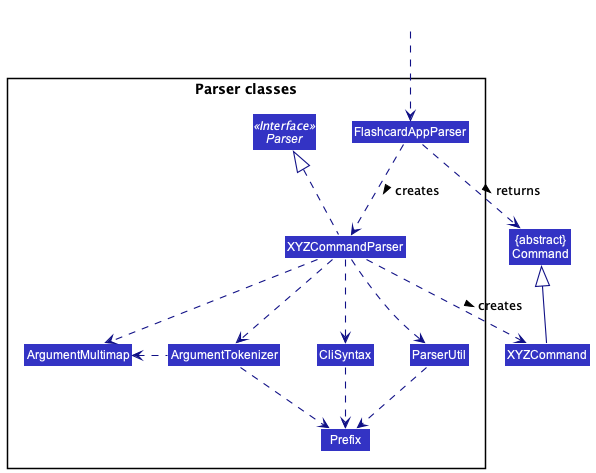
Earlier version of the PlantUML export docs/images/ParserClasses.png (sharmainec/tp). Its diagram source:
```plantuml
@startuml
!include style.puml
skinparam arrowThickness 1.1
skinparam arrowColor LOGIC_COLOR_T4
skinparam classBackgroundColor LOGIC_COLOR

Class "{abstract}\nCommand" as Command
Class XYZCommand

package "Parser classes"{
Interface Parser <<Interface>>
Class FlashcardAppParser
Class XYZCommandParser
Class CliSyntax
Class ParserUtil
Class ArgumentMultimap
Class ArgumentTokenizer
Class Prefix
}

Class HiddenOutside #FFFFFF
HiddenOutside ..> FlashcardAppParser

FlashcardAppParser .down.> XYZCommandParser: creates >

XYZCommandParser ..> XYZCommand : creates >
FlashcardAppParser ..> Command : returns >
XYZCommandParser .up.|> Parser
XYZCommandParser ..> ArgumentMultimap
XYZCommandParser ..> ArgumentTokenizer
ArgumentTokenizer .left.> ArgumentMultimap
XYZCommandParser ..> CliSyntax
CliSyntax ..> Prefix
XYZCommandParser ..> ParserUtil
ParserUtil .down.> Prefix
ArgumentTokenizer .down.> Prefix
XYZCommand -up-|> Command
@enduml
```
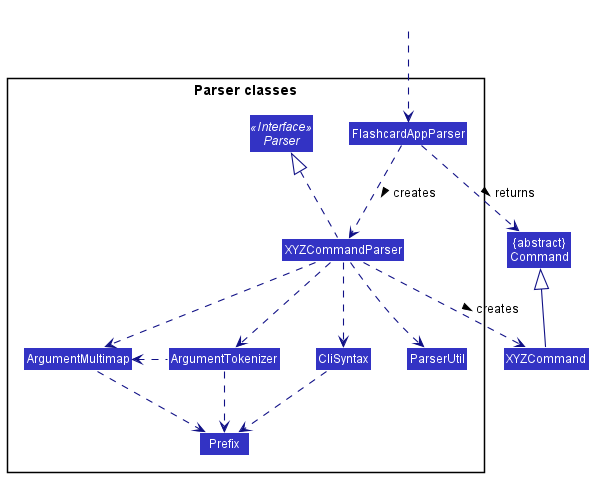
Later version of the same file.

Commit message:
Update Parser Classes diagram

Change to the diagram source:
```diff
@@ -27,12 +27,12 @@
 FlashcardAppParser ..> Command : returns >
 XYZCommandParser .up.|> Parser
 XYZCommandParser ..> ArgumentMultimap
+ArgumentMultimap ..> Prefix
 XYZCommandParser ..> ArgumentTokenizer
 ArgumentTokenizer .left.> ArgumentMultimap
 XYZCommandParser ..> CliSyntax
 CliSyntax ..> Prefix
 XYZCommandParser ..> ParserUtil
-ParserUtil .down.> Prefix
 ArgumentTokenizer .down.> Prefix
 XYZCommand -up-|> Command
 @enduml
```
